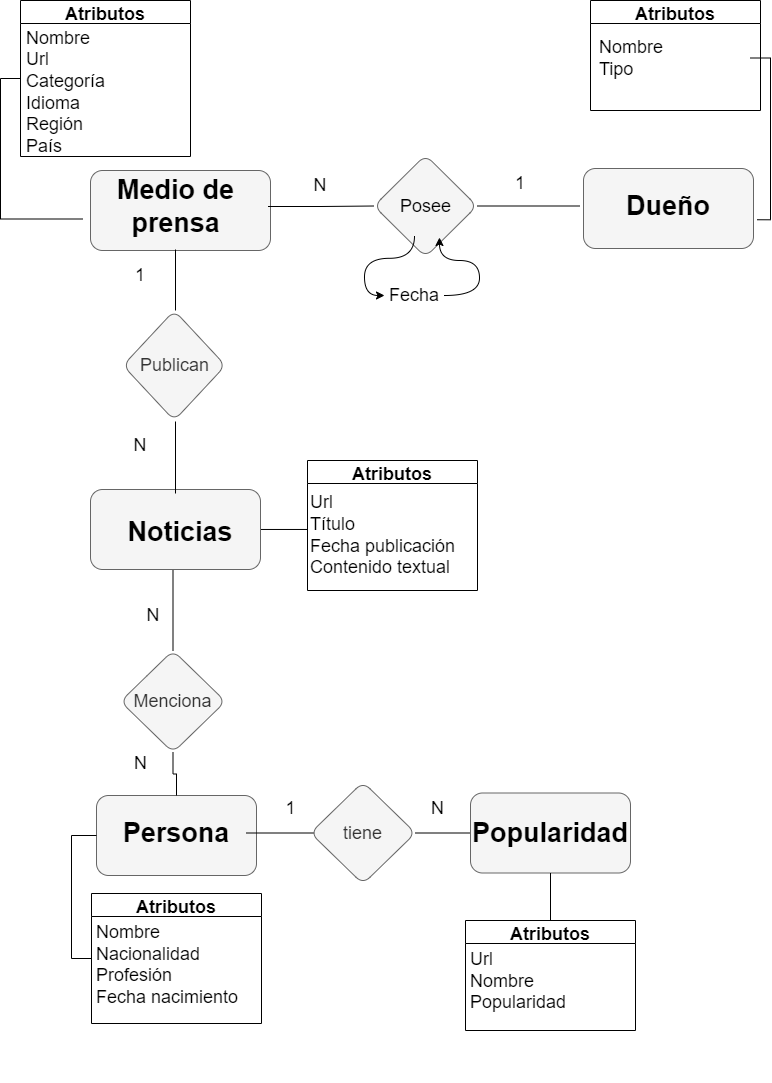
This is modelo_ER.png from TomasManriquez/Proyecto-BD-2022_LASUS, a draw.io export, as it was before one commit. Source tidied: cells renumbered, new cells last; positions are measured from the earlier drawing's top-left corner, leaving out a move shared by most shapes.
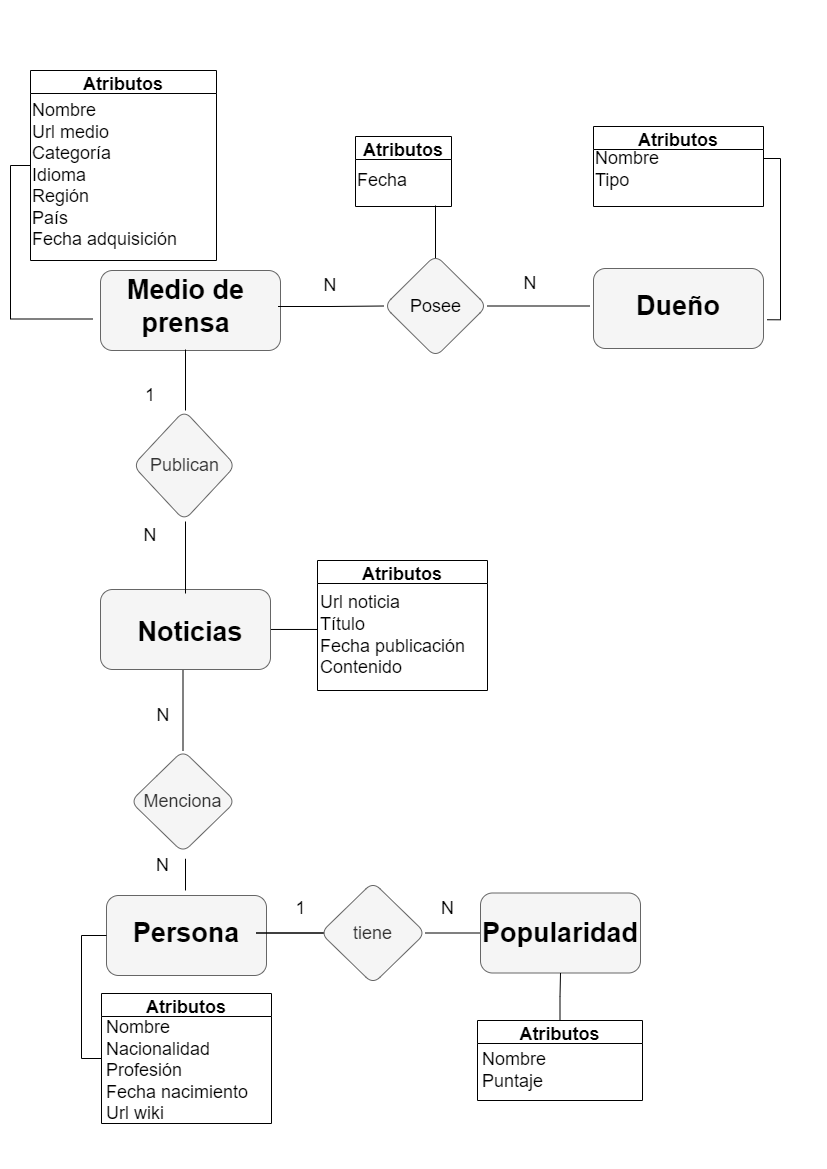
The same diagram one commit later.

What changed in the source:
```diff
@@ -49,6 +49,11 @@
         <mxPoint x="300" y="832.5" as="targetPoint" />
       </mxGeometry>
     </mxCell>
+    <mxCell id="52" style="edgeStyle=orthogonalEdgeStyle;rounded=0;jettySize=auto;html=1;endArrow=none;endFill=0;" parent="1" edge="1" source="14">
+      <mxGeometry relative="1" as="geometry">
+        <mxPoint x="316" y="832.5" as="targetPoint" />
+      </mxGeometry>
+    </mxCell>
     <mxCell id="14" value="&lt;h2&gt;Persona&lt;/h2&gt;" style="text;html=1;strokeColor=none;fillColor=none;align=center;verticalAlign=middle;whiteSpace=wrap;rounded=0;fontSize=18;fontColor=#000000;" parent="1" vertex="1">
       <mxGeometry x="86" y="810" width="140" height="45" as="geometry" />
     </mxCell>
@@ -62,37 +67,35 @@
       <mxGeometry relative="1" as="geometry" />
     </mxCell>
     <mxCell id="17" value="Atributos" style="swimlane;fontSize=18;fontColor=#000000;" parent="1" vertex="1">
-      <mxGeometry width="170" height="156" as="geometry" />
+      <mxGeometry y="-30" width="186" height="190" as="geometry" />
     </mxCell>
-    <mxCell id="18" value="Nombre&lt;br&gt;&lt;div&gt;&lt;span&gt;Url&lt;/span&gt;&lt;/div&gt;Categoría&lt;br&gt;Idioma&lt;br&gt;Región&lt;br&gt;País" style="text;html=1;strokeColor=none;fillColor=none;align=left;verticalAlign=middle;whiteSpace=wrap;rounded=0;fontSize=18;fontColor=#000000;" parent="17" vertex="1">
-      <mxGeometry x="4" y="39" width="182" height="105" as="geometry" />
+    <mxCell id="18" value="Nombre&lt;br&gt;&lt;div&gt;&lt;span&gt;Url medio&lt;/span&gt;&lt;/div&gt;Categoría&lt;br&gt;Idioma&lt;br&gt;Región&lt;br&gt;País&lt;br&gt;Fecha adquisición" style="text;html=1;strokeColor=none;fillColor=none;align=left;verticalAlign=middle;whiteSpace=wrap;rounded=0;fontSize=18;fontColor=#000000;" parent="17" vertex="1">
+      <mxGeometry y="19.5" width="182" height="170.5" as="geometry" />
     </mxCell>
     <mxCell id="19" value="Atributos" style="swimlane;fontSize=18;fontColor=#000000;" parent="1" vertex="1">
-      <mxGeometry x="570" width="170" height="110" as="geometry" />
+      <mxGeometry x="563" y="26" width="170" height="80" as="geometry" />
     </mxCell>
     <mxCell id="20" value="Nombre&lt;br&gt;Tipo&lt;br&gt;" style="text;html=1;strokeColor=none;fillColor=none;align=left;verticalAlign=middle;whiteSpace=wrap;rounded=0;fontSize=18;fontColor=#000000;" parent="19" vertex="1">
-      <mxGeometry x="7" y="5" width="153" height="105" as="geometry" />
+      <mxGeometry y="5" width="170" height="75" as="geometry" />
     </mxCell>
-    <mxCell id="21" style="edgeStyle=orthogonalEdgeStyle;rounded=0;jettySize=auto;html=1;entryX=0.5;entryY=0;entryDx=0;entryDy=0;exitX=0.5;exitY=1;exitDx=0;exitDy=0;endArrow=none;endFill=0;" parent="1" edge="1" source="22" target="6">
-      <mxGeometry relative="1" as="geometry" />
-    </mxCell>
     <mxCell id="22" value="&lt;font style=&quot;font-size: 18px;&quot;&gt;Menciona&lt;/font&gt;" style="rhombus;whiteSpace=wrap;html=1;fillColor=#f5f5f5;strokeColor=#666666;fontColor=#333333;rounded=1;" parent="1" vertex="1">
       <mxGeometry x="100" y="650" width="105" height="102" as="geometry" />
     </mxCell>
     <mxCell id="23" style="edgeStyle=orthogonalEdgeStyle;rounded=0;jettySize=auto;html=1;fontSize=18;fontColor=#000000;endArrow=none;endFill=0;" parent="1" edge="1" source="24" target="12">
       <mxGeometry relative="1" as="geometry" />
     </mxCell>
+    <mxCell id="53" style="edgeStyle=orthogonalEdgeStyle;rounded=0;orthogonalLoop=1;jettySize=auto;html=1;exitX=0.5;exitY=0;exitDx=0;exitDy=0;entryX=1;entryY=1;entryDx=0;entryDy=0;endArrow=none;endFill=0;" parent="1" edge="1">
+      <mxGeometry relative="1" as="geometry">
+        <mxPoint x="405" y="163.5" as="sourcePoint" />
+        <mxPoint x="405" y="105" as="targetPoint" />
+      </mxGeometry>
+    </mxCell>
     <mxCell id="24" style="rhombus;whiteSpace=wrap;html=1;fillColor=#f5f5f5;strokeColor=#666666;fontColor=#333333;rounded=1;" parent="1" vertex="1">
       <mxGeometry x="353.5" y="154.5" width="103" height="102" as="geometry" />
     </mxCell>
     <mxCell id="25" value="&lt;p&gt;&lt;span style=&quot;font-weight: normal;&quot;&gt;&lt;font style=&quot;font-size: 18px;&quot;&gt;Publican&lt;/font&gt;&lt;/span&gt;&lt;/p&gt;" style="rhombus;whiteSpace=wrap;html=1;fillColor=#f5f5f5;strokeColor=#666666;fontColor=#333333;rounded=1;" parent="1" vertex="1">
       <mxGeometry x="102.5" y="310" width="102.5" height="110" as="geometry" />
     </mxCell>
-    <mxCell id="26" style="edgeStyle=orthogonalEdgeStyle;curved=1;rounded=0;jettySize=auto;html=1;entryX=0;entryY=0.5;entryDx=0;entryDy=0;fontFamily=Helvetica;fontSize=18;fontColor=#000000;" parent="1" edge="1" target="40">
-      <mxGeometry relative="1" as="geometry">
-        <mxPoint x="394" y="235.5" as="sourcePoint" />
-      </mxGeometry>
-    </mxCell>
     <mxCell id="27" value="&lt;p&gt;Posee&lt;/p&gt;" style="text;html=1;align=center;verticalAlign=middle;strokeColor=none;fillColor=none;fontSize=18;fontColor=#000000;" parent="1" vertex="1">
       <mxGeometry x="370" y="175.5" width="70" height="60" as="geometry" />
     </mxCell>
@@ -110,48 +113,40 @@
     <mxCell id="30" value="Atributos" style="swimlane;fontSize=18;fontColor=#000000;" parent="1" vertex="1">
       <mxGeometry x="287" y="460" width="170" height="130" as="geometry" />
     </mxCell>
-    <mxCell id="31" value="Url&lt;br&gt;Título&amp;nbsp;&lt;br&gt;Fecha publicación Contenido textual" style="text;html=1;strokeColor=none;fillColor=none;align=left;verticalAlign=middle;whiteSpace=wrap;rounded=0;fontSize=18;fontColor=#000000;" parent="30" vertex="1">
+    <mxCell id="31" value="Url noticia&lt;br&gt;Título&amp;nbsp;&lt;br&gt;Fecha publicación Contenido&amp;nbsp;" style="text;html=1;strokeColor=none;fillColor=none;align=left;verticalAlign=middle;whiteSpace=wrap;rounded=0;fontSize=18;fontColor=#000000;" parent="30" vertex="1">
       <mxGeometry x="1" y="22.2" width="182" height="105" as="geometry" />
     </mxCell>
     <mxCell id="32" value="Atributos" style="swimlane;fontSize=18;fontColor=#000000;" parent="1" vertex="1">
       <mxGeometry x="71" y="893" width="170" height="130" as="geometry" />
     </mxCell>
-    <mxCell id="33" value="&lt;span style=&quot;orphans: 2; text-align: left; text-indent: 0px; widows: 2; text-decoration-thickness: initial; text-decoration-style: initial; text-decoration-color: initial; float: none; display: inline !important;&quot;&gt;        Nombre&amp;nbsp;&lt;br&gt;        Nacionalidad&lt;br&gt;        Profesión&lt;br&gt;        Fecha nacimiento&lt;br&gt;&lt;/span&gt;" style="text;whiteSpace=wrap;html=1;fontSize=18;fontColor=#000000;" parent="32" vertex="1">
-      <mxGeometry x="3" y="21.5" width="160" height="140" as="geometry" />
+    <mxCell id="33" value="&lt;span style=&quot;orphans: 2; text-align: left; text-indent: 0px; widows: 2; text-decoration-thickness: initial; text-decoration-style: initial; text-decoration-color: initial; float: none; display: inline !important;&quot;&gt;        Nombre&amp;nbsp;&lt;br&gt;        Nacionalidad&lt;br&gt;        Profesión&lt;br&gt;        Fecha nacimiento&lt;br&gt;Url wiki&lt;br&gt;&lt;/span&gt;" style="text;whiteSpace=wrap;html=1;fontSize=18;fontColor=#000000;" parent="32" vertex="1">
+      <mxGeometry x="2.8" y="17" width="160" height="140" as="geometry" />
     </mxCell>
     <mxCell id="34" value="N" style="text;html=1;strokeColor=none;fillColor=none;align=center;verticalAlign=middle;whiteSpace=wrap;rounded=0;fontFamily=Helvetica;fontSize=18;fontColor=#000000;" parent="1" vertex="1">
       <mxGeometry x="270" y="170" width="60" height="30" as="geometry" />
     </mxCell>
-    <mxCell id="35" value="1" style="text;html=1;strokeColor=none;fillColor=none;align=center;verticalAlign=middle;whiteSpace=wrap;rounded=0;fontFamily=Helvetica;fontSize=18;fontColor=#000000;" parent="1" vertex="1">
+    <mxCell id="35" value="N" style="text;html=1;strokeColor=none;fillColor=none;align=center;verticalAlign=middle;whiteSpace=wrap;rounded=0;fontFamily=Helvetica;fontSize=18;fontColor=#000000;" parent="1" vertex="1">
       <mxGeometry x="470" y="168" width="60" height="30" as="geometry" />
     </mxCell>
     <mxCell id="36" value="1" style="text;html=1;strokeColor=none;fillColor=none;align=center;verticalAlign=middle;whiteSpace=wrap;rounded=0;fontFamily=Helvetica;fontSize=18;fontColor=#000000;" parent="1" vertex="1">
-      <mxGeometry x="90" y="260" width="60" height="30" as="geometry" />
+      <mxGeometry x="90" y="280" width="60" height="30" as="geometry" />
     </mxCell>
     <mxCell id="37" value="N" style="text;html=1;strokeColor=none;fillColor=none;align=center;verticalAlign=middle;whiteSpace=wrap;rounded=0;fontFamily=Helvetica;fontSize=18;fontColor=#000000;" parent="1" vertex="1">
-      <mxGeometry x="90" y="430" width="60" height="30" as="geometry" />
+      <mxGeometry x="90" y="420" width="60" height="30" as="geometry" />
     </mxCell>
     <mxCell id="38" value="N" style="text;html=1;strokeColor=none;fillColor=none;align=center;verticalAlign=middle;whiteSpace=wrap;rounded=0;fontFamily=Helvetica;fontSize=18;fontColor=#000000;" parent="1" vertex="1">
       <mxGeometry x="102.5" y="600" width="60" height="30" as="geometry" />
     </mxCell>
-    <mxCell id="39" style="edgeStyle=orthogonalEdgeStyle;curved=1;rounded=0;jettySize=auto;html=1;fontFamily=Helvetica;fontSize=18;fontColor=#000000;entryX=0.857;entryY=1.025;entryDx=0;entryDy=0;entryPerimeter=0;" parent="1" edge="1" source="40">
-      <mxGeometry relative="1" as="geometry">
-        <mxPoint x="419" y="237" as="targetPoint" />
-        <Array as="points">
-          <mxPoint x="459" y="295" />
-          <mxPoint x="459" y="260" />
-          <mxPoint x="419" y="260" />
-        </Array>
-      </mxGeometry>
-    </mxCell>
-    <mxCell id="40" value="Fecha" style="text;html=1;strokeColor=none;fillColor=none;align=center;verticalAlign=middle;whiteSpace=wrap;rounded=0;fontFamily=Helvetica;fontSize=18;fontColor=#000000;" parent="1" vertex="1">
-      <mxGeometry x="364" y="280" width="60" height="30" as="geometry" />
-    </mxCell>
     <mxCell id="41" style="edgeStyle=orthogonalEdgeStyle;rounded=0;jettySize=auto;html=1;entryX=0;entryY=0.5;entryDx=0;entryDy=0;exitX=0;exitY=0.5;exitDx=0;exitDy=0;endArrow=none;endFill=0;" parent="1" edge="1" source="32" target="6">
       <mxGeometry relative="1" as="geometry" />
     </mxCell>
+    <mxCell id="54" style="edgeStyle=orthogonalEdgeStyle;rounded=0;jettySize=auto;html=1;exitX=1;exitY=0.25;exitDx=0;exitDy=0;endArrow=none;endFill=0;" parent="1" edge="1" source="42">
+      <mxGeometry relative="1" as="geometry">
+        <mxPoint x="155" y="790" as="targetPoint" />
+      </mxGeometry>
+    </mxCell>
     <mxCell id="42" value="N" style="text;html=1;strokeColor=none;fillColor=none;align=center;verticalAlign=middle;whiteSpace=wrap;rounded=0;fontFamily=Helvetica;fontSize=18;fontColor=#000000;" parent="1" vertex="1">
-      <mxGeometry x="97.5" y="750" width="45" height="25" as="geometry" />
+      <mxGeometry x="110" y="752" width="45" height="25" as="geometry" />
     </mxCell>
     <mxCell id="43" style="edgeStyle=orthogonalEdgeStyle;rounded=0;jettySize=auto;html=1;endArrow=none;endFill=0;" parent="1" edge="1" source="44">
       <mxGeometry relative="1" as="geometry">
@@ -171,10 +166,10 @@
       <mxGeometry relative="1" as="geometry" />
     </mxCell>
     <mxCell id="48" value="Atributos" style="swimlane;fontSize=18;fontColor=#000000;" parent="1" vertex="1">
-      <mxGeometry x="445" y="920" width="170" height="110" as="geometry" />
+      <mxGeometry x="447" y="920" width="165" height="80" as="geometry" />
     </mxCell>
-    <mxCell id="49" value="&lt;span style=&quot;orphans: 2; text-align: left; text-indent: 0px; widows: 2; text-decoration-thickness: initial; text-decoration-style: initial; text-decoration-color: initial; float: none; display: inline !important;&quot;&gt;Url&lt;br&gt;Nombre&amp;nbsp;&lt;br&gt;Popularidad&lt;br&gt;&lt;/span&gt;" style="text;whiteSpace=wrap;html=1;fontSize=18;fontColor=#000000;" parent="48" vertex="1">
-      <mxGeometry x="3" y="21.5" width="160" height="140" as="geometry" />
+    <mxCell id="49" value="&lt;span style=&quot;orphans: 2; text-align: left; text-indent: 0px; widows: 2; text-decoration-thickness: initial; text-decoration-style: initial; text-decoration-color: initial; float: none; display: inline !important;&quot;&gt;Nombre&amp;nbsp;&lt;br&gt;Puntaje&lt;br&gt;&lt;/span&gt;" style="text;whiteSpace=wrap;html=1;fontSize=18;fontColor=#000000;" parent="48" vertex="1">
+      <mxGeometry x="3" y="21.5" width="147" height="58.5" as="geometry" />
     </mxCell>
     <mxCell id="50" value="1" style="text;html=1;strokeColor=none;fillColor=none;align=center;verticalAlign=middle;whiteSpace=wrap;rounded=0;fontFamily=Helvetica;fontSize=18;fontColor=#000000;" parent="1" vertex="1">
       <mxGeometry x="247.5" y="795" width="45" height="25" as="geometry" />
@@ -182,5 +177,11 @@
     <mxCell id="51" value="N" style="text;html=1;strokeColor=none;fillColor=none;align=center;verticalAlign=middle;whiteSpace=wrap;rounded=0;fontFamily=Helvetica;fontSize=18;fontColor=#000000;" parent="1" vertex="1">
       <mxGeometry x="395" y="795" width="45" height="25" as="geometry" />
     </mxCell>
+    <mxCell id="55" value="Atributos" style="swimlane;fontSize=18;fontColor=#000000;" parent="1" vertex="1">
+      <mxGeometry x="325" y="36" width="96" height="70" as="geometry" />
+    </mxCell>
+    <mxCell id="40" value="Fecha" style="text;html=1;strokeColor=none;fillColor=none;align=left;verticalAlign=middle;whiteSpace=wrap;rounded=0;fontSize=18;fontColor=#000000;" parent="55" vertex="1">
+      <mxGeometry y="27.5" width="80" height="32.5" as="geometry" />
+    </mxCell>
   </root>
 </mxGraphModel>
```
